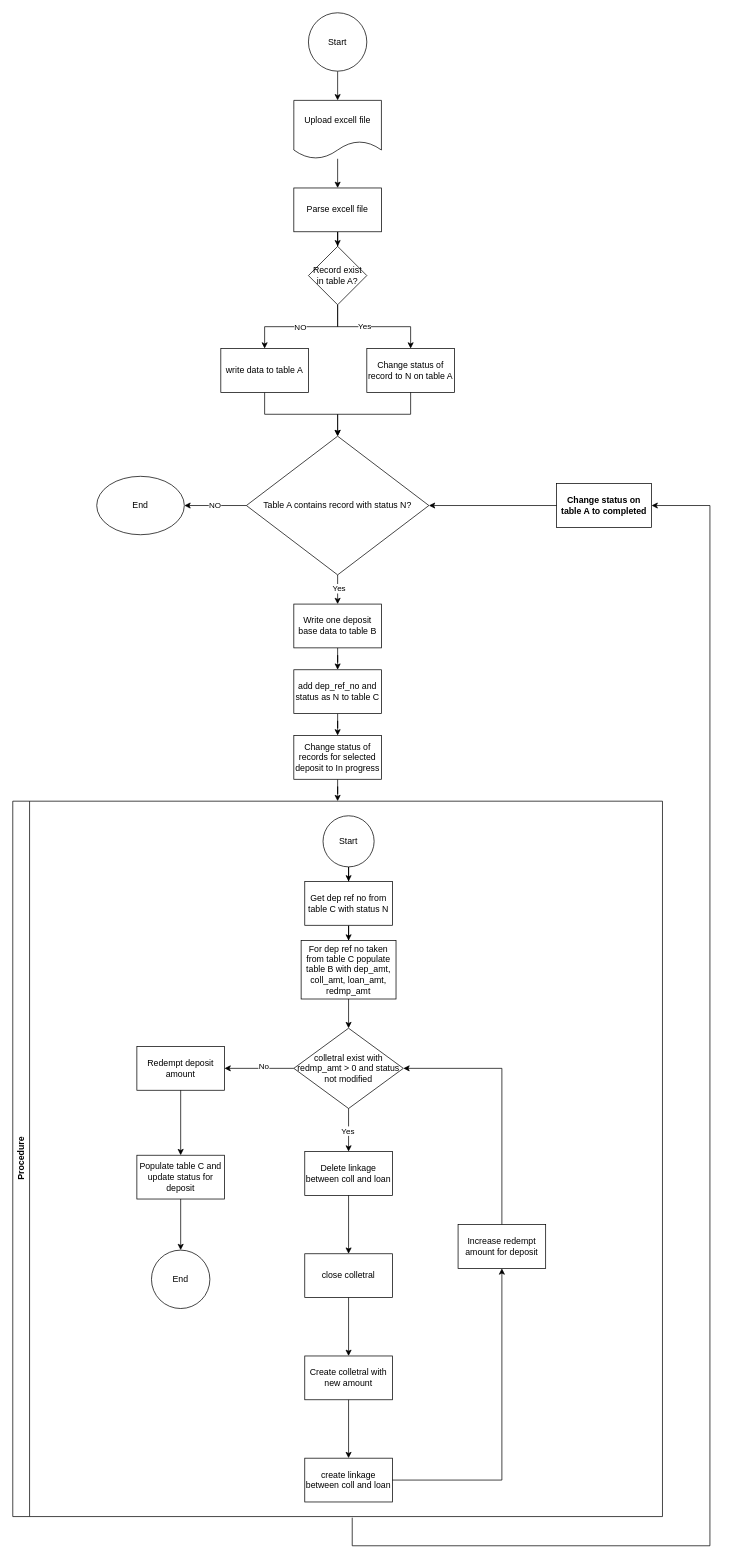
Before: Untitled Diagram.drawio in mhasanov1996/diagrams, a draw.io diagram. Source tidied: cells renumbered, new cells numbered last; positions are measured from the earlier drawing's top-left corner, leaving out a move shared by most shapes. Both pictures are drawn from the tidied source at 73%, with x=0, y=0 at pixel (12, 12).
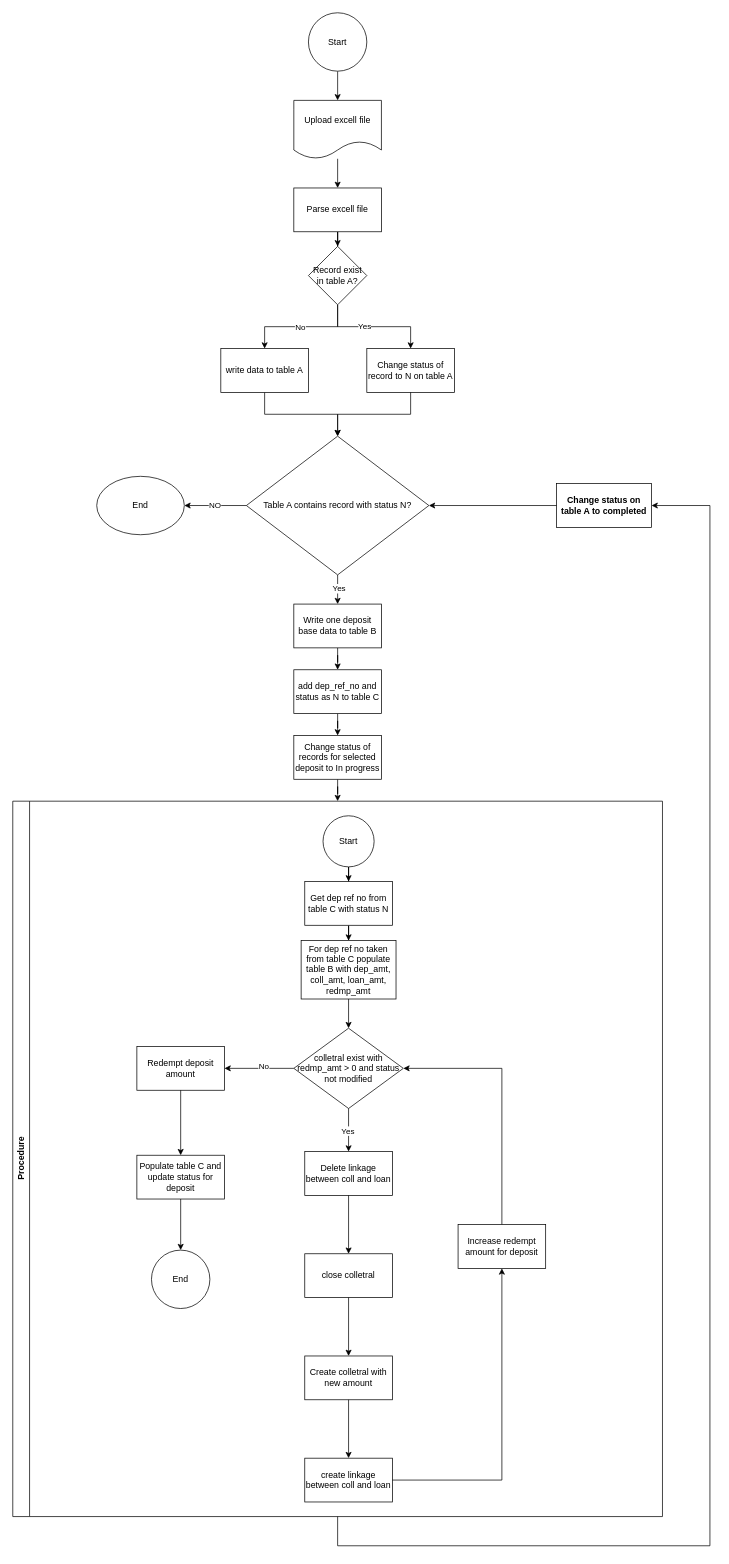
After the change.

Unchanged cells that the change refers to:
```xml
<mxCell id="18" value="Procedure" style="swimlane;horizontal=0;whiteSpace=wrap;html=1;" parent="1" vertex="1">
  <mxGeometry y="1080" width="890" height="980" as="geometry" />
</mxCell>
<mxCell id="47" value="Change status on table A to completed" style="whiteSpace=wrap;html=1;fontStyle=1;startSize=23;" parent="1" vertex="1">
  <mxGeometry x="745" y="645" width="130" height="60" as="geometry" />
</mxCell>
<mxCell id="51" style="edgeStyle=orthogonalEdgeStyle;rounded=0;jettySize=auto;html=1;" parent="1" edge="1" source="53" target="9">
  <mxGeometry relative="1" as="geometry">
    <Array as="points">
      <mxPoint x="445" y="430" />
      <mxPoint x="345" y="430" />
    </Array>
  </mxGeometry>
</mxCell>
```

What changed in the source:
```diff
@@
-    <mxCell id="17" style="edgeStyle=orthogonalEdgeStyle;rounded=0;jettySize=auto;html=1;entryX=1;entryY=0.5;entryDx=0;entryDy=0;" parent="1" edge="1" target="47">
+    <mxCell id="17" style="edgeStyle=orthogonalEdgeStyle;rounded=0;jettySize=auto;html=1;entryX=1;entryY=0.5;entryDx=0;entryDy=0;exitX=0.5;exitY=1;exitDx=0;exitDy=0;" parent="1" edge="1" source="18" target="47">
       <mxGeometry relative="1" as="geometry">
-        <mxPoint x="465" y="2061.5" as="sourcePoint" />
         <Array as="points">
-          <mxPoint x="465" y="2100" />
+          <mxPoint x="445" y="2100" />
           <mxPoint x="955" y="2100" />
           <mxPoint x="955" y="675" />
         </Array>
       </mxGeometry>
     </mxCell>
@@
-    <mxCell id="52" value="NO" style="edgeLabel;html=1;align=center;verticalAlign=middle;" parent="51" vertex="1">
+    <mxCell id="52" value="No" style="edgeLabel;html=1;align=center;verticalAlign=middle;" parent="51" vertex="1">
       <mxGeometry x="0.03" relative="1" as="geometry" />
     </mxCell>
```
